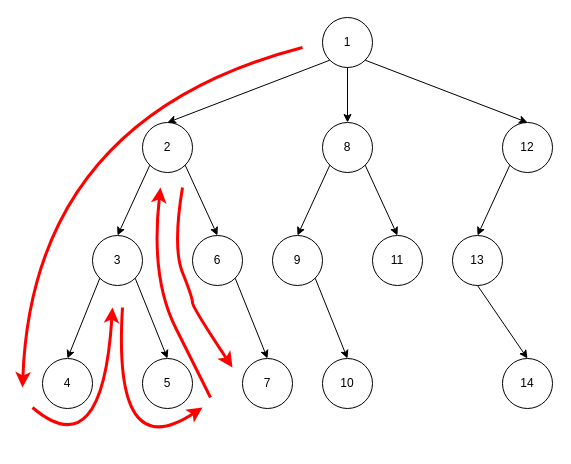
Before: 算法/深度优先.drawio in g1823/Draw, a draw.io diagram. Source tidied: cells renumbered, new cells numbered last; positions are measured from the earlier drawing's top-left corner, leaving out a move shared by most shapes. Both pictures are drawn from the tidied source at 100%, with x=0, y=0 at pixel (22, 17).
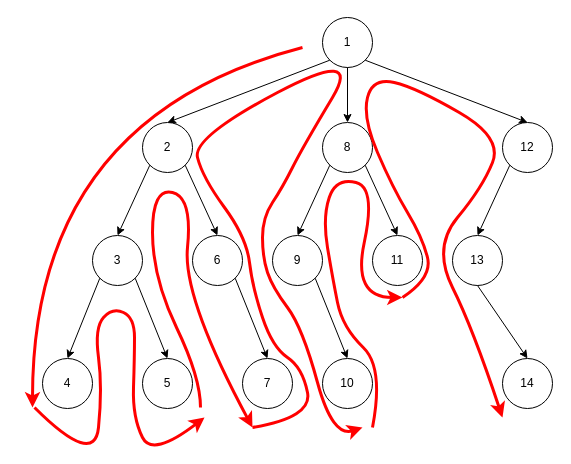
The same page after the edit.

Commit message (it also covers changes not shown here):
更新深度优先.drawio

What changed in the source:
```diff
@@
     <mxCell id="29" style="curved=1;endArrow=classic;html=1;rounded=0;strokeColor=#FF0000;strokeWidth=3;" parent="1" edge="1">
       <mxGeometry relative="1" as="geometry">
         <mxPoint x="280" y="30" as="sourcePoint" />
-        <mxPoint y="370" as="targetPoint" />
+        <mxPoint x="10" y="390" as="targetPoint" />
         <Array as="points">
           <mxPoint x="10" y="100" />
         </Array>
       </mxGeometry>
     </mxCell>
     <mxCell id="30" style="curved=1;endArrow=classic;html=1;rounded=0;strokeColor=#FF0000;strokeWidth=3;" parent="1" edge="1">
       <mxGeometry relative="1" as="geometry">
-        <mxPoint x="10" y="390" as="sourcePoint" />
-        <mxPoint x="90" y="290" as="targetPoint" />
+        <mxPoint x="12" y="390" as="sourcePoint" />
+        <mxPoint x="182" y="400" as="targetPoint" />
         <Array as="points">
-          <mxPoint x="80" y="450" />
+          <mxPoint x="72" y="450" />
+          <mxPoint x="80" y="370" />
+          <mxPoint x="72" y="310" />
+          <mxPoint x="90" y="290" />
+          <mxPoint x="112" y="300" />
+          <mxPoint x="112" y="340" />
+          <mxPoint x="110" y="400" />
+          <mxPoint x="130" y="440" />
         </Array>
       </mxGeometry>
     </mxCell>
-    <mxCell id="31" style="curved=1;endArrow=classic;html=1;rounded=0;strokeColor=#FF0000;strokeWidth=3;" parent="1" edge="1">
-      <mxGeometry relative="1" as="geometry">
-        <mxPoint x="100" y="290" as="sourcePoint" />
-        <mxPoint x="180" y="390" as="targetPoint" />
-        <Array as="points">
-          <mxPoint x="90" y="450" />
-        </Array>
-      </mxGeometry>
-    </mxCell>
     <mxCell id="32" style="curved=1;endArrow=classic;html=1;rounded=0;strokeColor=#FF0000;strokeWidth=3;" parent="1" edge="1">
       <mxGeometry relative="1" as="geometry">
-        <mxPoint x="188" y="380" as="sourcePoint" />
-        <mxPoint x="138" y="170" as="targetPoint" />
+        <mxPoint x="178" y="390" as="sourcePoint" />
+        <mxPoint x="230" y="410" as="targetPoint" />
         <Array as="points">
           <mxPoint x="178" y="360" />
-          <mxPoint x="128" y="260" />
+          <mxPoint x="130" y="260" />
+          <mxPoint x="130" y="170" />
+          <mxPoint x="170" y="180" />
+          <mxPoint x="160" y="280" />
         </Array>
       </mxGeometry>
     </mxCell>
-    <mxCell id="33" style="curved=1;endArrow=classic;html=1;rounded=0;strokeColor=#FF0000;strokeWidth=3;" parent="1" edge="1">
-      <mxGeometry relative="1" as="geometry">
-        <mxPoint x="160" y="170" as="sourcePoint" />
-        <mxPoint x="210" y="350" as="targetPoint" />
-        <Array as="points">
-          <mxPoint x="150" y="230" />
-          <mxPoint x="170" y="280" />
-          <mxPoint x="170" y="290" />
-        </Array>
-      </mxGeometry>
-    </mxCell>
+    <mxCell id="34" style="curved=1;endArrow=classic;html=1;rounded=0;strokeColor=#FF0000;strokeWidth=3;" parent="1" edge="1">
+      <mxGeometry relative="1" as="geometry">
+        <mxPoint x="230" y="410" as="sourcePoint" />
+        <mxPoint x="340" y="410" as="targetPoint" />
+        <Array as="points">
+          <mxPoint x="290" y="400" />
+          <mxPoint x="280" y="350" />
+          <mxPoint x="250" y="330" />
+          <mxPoint x="230" y="270" />
+          <mxPoint x="224" y="220" />
+          <mxPoint x="180" y="160" />
+          <mxPoint x="170" y="120" />
+          <mxPoint x="340" y="30" />
+          <mxPoint x="280" y="130" />
+          <mxPoint x="260" y="170" />
+          <mxPoint x="240" y="200" />
+          <mxPoint x="240" y="240" />
+          <mxPoint x="250" y="270" />
+          <mxPoint x="280" y="310" />
+          <mxPoint x="310" y="420" />
+        </Array>
+      </mxGeometry>
+    </mxCell>
+    <mxCell id="35" style="curved=1;endArrow=classic;html=1;rounded=0;strokeColor=#FF0000;strokeWidth=3;" parent="1" edge="1">
+      <mxGeometry relative="1" as="geometry">
+        <mxPoint x="350" y="410" as="sourcePoint" />
+        <mxPoint x="380" y="280" as="targetPoint" />
+        <Array as="points">
+          <mxPoint x="361.5" y="350" />
+          <mxPoint x="320" y="310" />
+          <mxPoint x="310" y="260" />
+          <mxPoint x="300" y="200" />
+          <mxPoint x="313.5" y="160" />
+          <mxPoint x="353.5" y="170" />
+          <mxPoint x="330" y="280" />
+        </Array>
+      </mxGeometry>
+    </mxCell>
+    <mxCell id="36" style="curved=1;endArrow=classic;html=1;rounded=0;strokeColor=#FF0000;strokeWidth=3;" parent="1" edge="1">
+      <mxGeometry relative="1" as="geometry">
+        <mxPoint x="380" y="280" as="sourcePoint" />
+        <mxPoint x="480" y="400" as="targetPoint" />
+        <Array as="points">
+          <mxPoint x="410" y="260" />
+          <mxPoint x="400" y="220" />
+          <mxPoint x="370" y="170" />
+          <mxPoint x="340" y="100" />
+          <mxPoint x="350" y="60" />
+          <mxPoint x="393.5" y="70" />
+          <mxPoint x="480" y="120" />
+          <mxPoint x="460" y="170" />
+          <mxPoint x="410" y="230" />
+          <mxPoint x="450" y="310" />
+        </Array>
+      </mxGeometry>
+    </mxCell>
```
